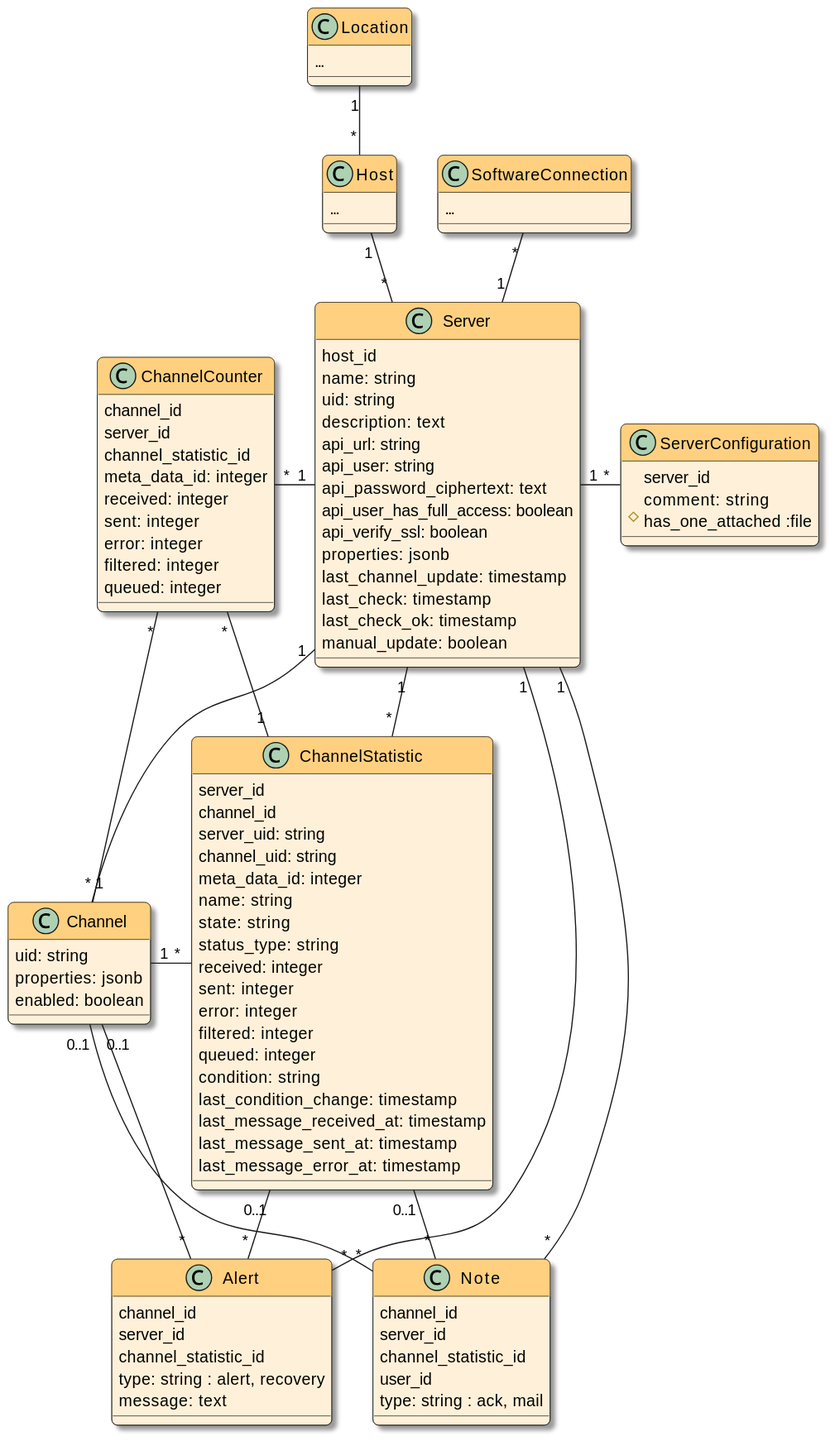
Above: docsrc/devnotes/modules/ROOT/images/models.svg in swobspace/mirco (PlantUML), before the change. Source of this version:
```plantuml
@startuml
top to bottom direction

!theme mirco from .

class Location {
  ...
}
class Host {
  ...
}
class SoftwareConnection {
  ...
}

class Server  {
  host_id
  name: string
  uid: string
  description: text
  api_url: string
  api_user: string
  api_password_ciphertext: text
  api_user_has_full_access: boolean
  api_verify_ssl: boolean
  properties: jsonb
  last_channel_update: timestamp
  last_check: timestamp
  last_check_ok: timestamp
  manual_update: boolean
}

class Channel {
  uid: string
  properties: jsonb
  enabled: boolean
}

class ChannelStatistic {
  server_id
  channel_id
  server_uid: string
  channel_uid: string
  meta_data_id: integer
  name: string
  state: string
  status_type: string
  received: integer
  sent: integer
  error: integer
  filtered: integer
  queued: integer
  condition: string
  last_condition_change: timestamp
  last_message_received_at: timestamp
  last_message_sent_at: timestamp
  last_message_error_at: timestamp
}

class ChannelCounter {
  channel_id
  server_id
  channel_statistic_id
  meta_data_id: integer
  received: integer
  sent: integer
  error: integer
  filtered: integer
  queued: integer
}

class Alert {
  channel_id
  server_id
  channel_statistic_id
  type: string : alert, recovery
  message: text
}

class Note {
  channel_id
  server_id
  channel_statistic_id
  user_id
  type: string : ack, mail
}

class ServerConfiguration {
  server_id
  comment: string
  # has_one_attached :file
}

Location "1" -- "*" Host
Host "1" -- "*" Server
SoftwareConnection "*" -- "1" "Server"
Server "1" -- "*" Channel
Server "1" - "*" ServerConfiguration
Server "1" - "*" ChannelStatistic
Channel "1" - "*" ChannelStatistic
ChannelCounter "*" - "1" Server
ChannelCounter "*" -- "1" Channel
ChannelCounter "*" -- "1" ChannelStatistic
Server "1" -- "*" Alert
Channel "0..1" -- "*" Alert
ChannelStatistic "0..1" -- "*" Alert
Server "1" -- "*" Note
Channel "0..1" -- "*" Note
ChannelStatistic "0..1" -- "*" Note

@enduml
```
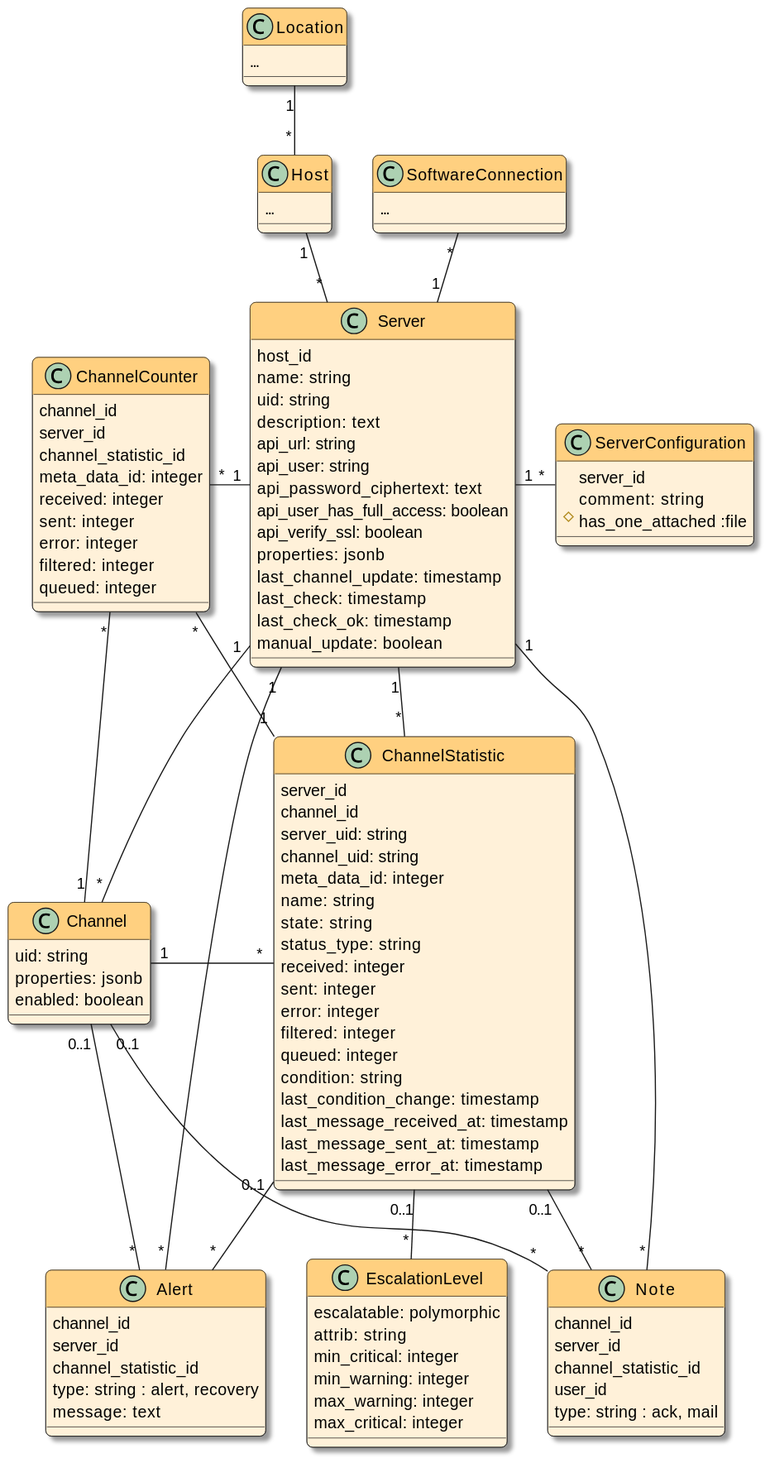
After the change.

Diff of the diagram source:
```diff
@@ -91,6 +91,15 @@
   # has_one_attached :file
 }
 
+class EscalationLevel {
+  escalatable: polymorphic
+  attrib: string
+  min_critical: integer
+  min_warning: integer
+  max_warning: integer
+  max_critical: integer
+}
+
 Location "1" -- "*" Host
 Host "1" -- "*" Server
 SoftwareConnection "*" -- "1" "Server"
@@ -107,5 +116,6 @@
 Server "1" -- "*" Note
 Channel "0..1" -- "*" Note
 ChannelStatistic "0..1" -- "*" Note
+ChannelStatistic "0..1" -- "*" EscalationLevel
 
 @enduml
```
